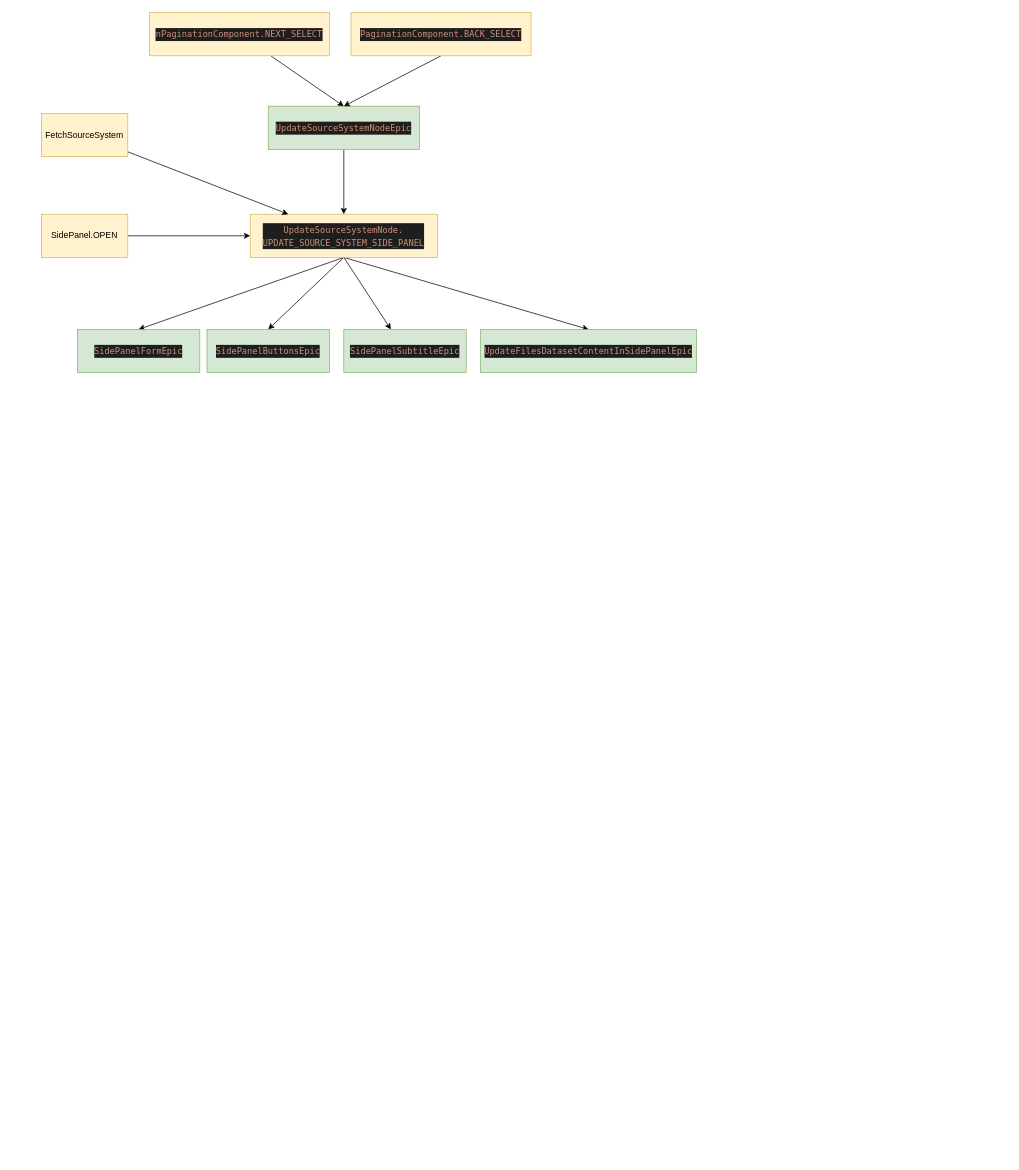
The draw.io diagram Untitled Diagram.drawio in c3-tiffanyhui/coursera, before the edit. Source tidied: cells renumbered, new cells numbered last; positions are measured from the earlier drawing's top-left corner, leaving out a move shared by most shapes. Both pictures are drawn from the tidied source at 72%, with x=0, y=0 at pixel (41, 12).
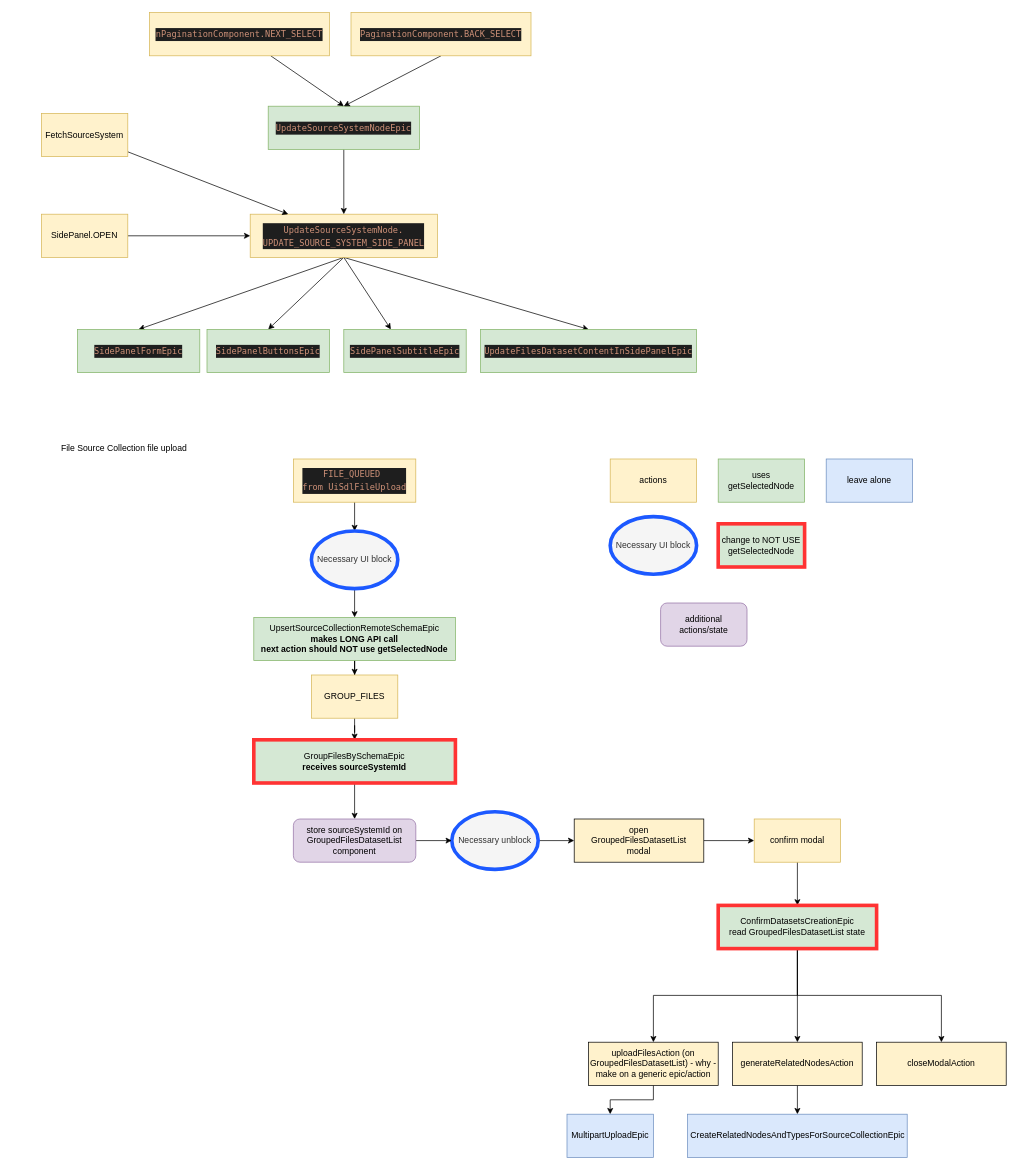
The same page after the edit.

Commit message:
Grouped Files flow

The edit, as a diff of the source:
```diff
@@
+    <mxCell id="22" style="edgeStyle=orthogonalEdgeStyle;rounded=0;jettySize=auto;html=1;" parent="1" edge="1" source="23" target="25">
+      <mxGeometry relative="1" as="geometry" />
+    </mxCell>
+    <mxCell id="23" value="UpsertSourceCollectionRemoteSchemaEpic&lt;br&gt;&lt;b&gt;makes LONG API call&lt;br&gt;next action should NOT use getSelectedNode&lt;br&gt;&lt;/b&gt;" style="rounded=0;whiteSpace=wrap;html=1;fillColor=#d5e8d4;strokeColor=#82b366;" parent="1" vertex="1">
+      <mxGeometry x="295" y="840" width="280" height="60" as="geometry" />
+    </mxCell>
+    <mxCell id="24" style="edgeStyle=orthogonalEdgeStyle;rounded=0;jettySize=auto;html=1;" parent="1" edge="1" source="25" target="28">
+      <mxGeometry relative="1" as="geometry" />
+    </mxCell>
+    <mxCell id="25" value="GROUP_FILES" style="rounded=0;whiteSpace=wrap;html=1;fillColor=#fff2cc;strokeColor=#d6b656;" parent="1" vertex="1">
+      <mxGeometry x="375" y="920" width="120" height="60" as="geometry" />
+    </mxCell>
+    <mxCell id="26" value="File Source Collection file upload" style="text;html=1;strokeColor=none;fillColor=none;align=center;verticalAlign=middle;whiteSpace=wrap;rounded=0;" parent="1" vertex="1">
+      <mxGeometry x="-40" y="590" width="310" height="30" as="geometry" />
+    </mxCell>
+    <mxCell id="27" style="edgeStyle=orthogonalEdgeStyle;rounded=0;jettySize=auto;html=1;" parent="1" edge="1" source="28" target="42">
+      <mxGeometry relative="1" as="geometry" />
+    </mxCell>
+    <mxCell id="28" value="GroupFilesBySchemaEpic&lt;br&gt;&lt;b&gt;receives sourceSystemId&lt;/b&gt;" style="rounded=0;whiteSpace=wrap;html=1;fillColor=#d5e8d4;strokeColor=#FF3333;strokeWidth=5;" parent="1" vertex="1">
+      <mxGeometry x="295" y="1010" width="280" height="60" as="geometry" />
+    </mxCell>
+    <mxCell id="29" value="uses getSelectedNode" style="rounded=0;whiteSpace=wrap;html=1;fillColor=#d5e8d4;strokeColor=#82b366;" parent="1" vertex="1">
+      <mxGeometry x="940" y="620" width="120" height="60" as="geometry" />
+    </mxCell>
+    <mxCell id="30" style="edgeStyle=orthogonalEdgeStyle;rounded=0;jettySize=auto;html=1;" parent="1" edge="1" source="31" target="34">
+      <mxGeometry relative="1" as="geometry" />
+    </mxCell>
+    <mxCell id="31" value="&lt;div style=&quot;color: rgb(212 , 212 , 212) ; background-color: rgb(30 , 30 , 30) ; font-family: &amp;#34;menlo&amp;#34; , &amp;#34;monaco&amp;#34; , &amp;#34;courier new&amp;#34; , monospace ; font-weight: normal ; font-size: 12px ; line-height: 18px&quot;&gt;&lt;div&gt;&lt;span style=&quot;color: #ce9178&quot;&gt;FILE_QUEUED&amp;nbsp;&lt;br&gt;from UiSdlFileUpload&lt;/span&gt;&lt;/div&gt;&lt;/div&gt;" style="rounded=0;whiteSpace=wrap;html=1;fillColor=#fff2cc;strokeColor=#d6b656;" parent="1" vertex="1">
+      <mxGeometry x="350" y="620" width="170" height="60" as="geometry" />
+    </mxCell>
+    <mxCell id="32" value="change to NOT USE getSelectedNode" style="rounded=0;whiteSpace=wrap;html=1;fillColor=#d5e8d4;strokeColor=#FF3333;strokeWidth=5;" parent="1" vertex="1">
+      <mxGeometry x="940" y="710" width="120" height="60" as="geometry" />
+    </mxCell>
+    <mxCell id="33" style="edgeStyle=orthogonalEdgeStyle;rounded=0;jettySize=auto;html=1;" parent="1" edge="1" source="34" target="23">
+      <mxGeometry relative="1" as="geometry" />
+    </mxCell>
+    <mxCell id="34" value="Necessary UI block" style="ellipse;whiteSpace=wrap;html=1;strokeColor=#1C59FF;strokeWidth=5;fillColor=#f5f5f5;fontColor=#333333;" parent="1" vertex="1">
+      <mxGeometry x="375" y="720" width="120" height="80" as="geometry" />
+    </mxCell>
+    <mxCell id="35" style="edgeStyle=orthogonalEdgeStyle;rounded=0;jettySize=auto;html=1;" parent="1" edge="1" source="36" target="44">
+      <mxGeometry relative="1" as="geometry" />
+    </mxCell>
+    <mxCell id="36" value="open&lt;br&gt;GroupedFilesDatasetList&lt;br&gt;modal" style="rounded=0;whiteSpace=wrap;html=1;strokeColor=default;strokeWidth=1;fillColor=#fff2cc;" parent="1" vertex="1">
+      <mxGeometry x="740" y="1120" width="180" height="60" as="geometry" />
+    </mxCell>
+    <mxCell id="37" value="Necessary UI block" style="ellipse;whiteSpace=wrap;html=1;strokeColor=#1C59FF;strokeWidth=5;fillColor=#f5f5f5;fontColor=#333333;" parent="1" vertex="1">
+      <mxGeometry x="790" y="700" width="120" height="80" as="geometry" />
+    </mxCell>
+    <mxCell id="38" style="edgeStyle=orthogonalEdgeStyle;rounded=0;jettySize=auto;html=1;" parent="1" edge="1" source="39" target="36">
+      <mxGeometry relative="1" as="geometry" />
+    </mxCell>
+    <mxCell id="39" value="Necessary unblock" style="ellipse;whiteSpace=wrap;html=1;strokeColor=#1C59FF;strokeWidth=5;fillColor=#f5f5f5;fontColor=#333333;" parent="1" vertex="1">
+      <mxGeometry x="570" y="1110" width="120" height="80" as="geometry" />
+    </mxCell>
+    <mxCell id="40" value="additional actions/state" style="rounded=1;whiteSpace=wrap;html=1;strokeColor=#9673a6;strokeWidth=1;fillColor=#e1d5e7;" parent="1" vertex="1">
+      <mxGeometry x="860" y="820" width="120" height="60" as="geometry" />
+    </mxCell>
+    <mxCell id="41" style="edgeStyle=orthogonalEdgeStyle;rounded=0;jettySize=auto;html=1;" parent="1" edge="1" source="42" target="39">
+      <mxGeometry relative="1" as="geometry" />
+    </mxCell>
+    <mxCell id="42" value="store sourceSystemId on GroupedFilesDatasetList&lt;br&gt;component" style="rounded=1;whiteSpace=wrap;html=1;strokeColor=#9673a6;strokeWidth=1;fillColor=#e1d5e7;" parent="1" vertex="1">
+      <mxGeometry x="350" y="1120" width="170" height="60" as="geometry" />
+    </mxCell>
+    <mxCell id="43" style="edgeStyle=orthogonalEdgeStyle;rounded=0;jettySize=auto;html=1;" parent="1" edge="1" source="44" target="49">
+      <mxGeometry relative="1" as="geometry" />
+    </mxCell>
+    <mxCell id="44" value="confirm modal" style="rounded=0;whiteSpace=wrap;html=1;strokeColor=#d6b656;strokeWidth=1;fillColor=#fff2cc;" parent="1" vertex="1">
+      <mxGeometry x="990" y="1120" width="120" height="60" as="geometry" />
+    </mxCell>
+    <mxCell id="45" value="actions" style="rounded=0;whiteSpace=wrap;html=1;strokeColor=#d6b656;strokeWidth=1;fillColor=#fff2cc;" parent="1" vertex="1">
+      <mxGeometry x="790" y="620" width="120" height="60" as="geometry" />
+    </mxCell>
+    <mxCell id="46" style="edgeStyle=orthogonalEdgeStyle;rounded=0;jettySize=auto;html=1;" parent="1" edge="1" source="49" target="51">
+      <mxGeometry relative="1" as="geometry" />
+    </mxCell>
+    <mxCell id="47" style="edgeStyle=orthogonalEdgeStyle;rounded=0;jettySize=auto;html=1;exitX=0.5;exitY=1;exitDx=0;exitDy=0;" parent="1" edge="1" source="49" target="54">
+      <mxGeometry relative="1" as="geometry" />
+    </mxCell>
+    <mxCell id="48" style="edgeStyle=orthogonalEdgeStyle;rounded=0;jettySize=auto;html=1;exitX=0.5;exitY=1;exitDx=0;exitDy=0;" parent="1" edge="1" source="49" target="56">
+      <mxGeometry relative="1" as="geometry" />
+    </mxCell>
+    <mxCell id="49" value="ConfirmDatasetsCreationEpic&lt;br&gt;read GroupedFilesDatasetList state" style="rounded=0;whiteSpace=wrap;html=1;fillColor=#d5e8d4;strokeColor=#FF3333;strokeWidth=5;" parent="1" vertex="1">
+      <mxGeometry x="940" y="1240" width="220" height="60" as="geometry" />
+    </mxCell>
+    <mxCell id="50" style="edgeStyle=orthogonalEdgeStyle;rounded=0;jettySize=auto;html=1;" parent="1" edge="1" source="51" target="53">
+      <mxGeometry relative="1" as="geometry" />
+    </mxCell>
+    <mxCell id="51" value="uploadFilesAction (on GroupedFilesDatasetList) - why - make on a generic epic/action" style="rounded=0;whiteSpace=wrap;html=1;strokeColor=default;strokeWidth=1;fillColor=#fff2cc;" parent="1" vertex="1">
+      <mxGeometry x="760" y="1430" width="180" height="60" as="geometry" />
+    </mxCell>
+    <mxCell id="52" value="leave alone" style="rounded=0;whiteSpace=wrap;html=1;fillColor=#dae8fc;strokeColor=#6c8ebf;" parent="1" vertex="1">
+      <mxGeometry x="1090" y="620" width="120" height="60" as="geometry" />
+    </mxCell>
+    <mxCell id="53" value="MultipartUploadEpic" style="rounded=0;whiteSpace=wrap;html=1;fillColor=#dae8fc;strokeColor=#6c8ebf;" parent="1" vertex="1">
+      <mxGeometry x="730" y="1530" width="120" height="60" as="geometry" />
+    </mxCell>
+    <mxCell id="54" value="closeModalAction" style="rounded=0;whiteSpace=wrap;html=1;strokeColor=default;strokeWidth=1;fillColor=#fff2cc;" parent="1" vertex="1">
+      <mxGeometry x="1160" y="1430" width="180" height="60" as="geometry" />
+    </mxCell>
+    <mxCell id="55" style="edgeStyle=orthogonalEdgeStyle;rounded=0;jettySize=auto;html=1;" parent="1" edge="1" source="56" target="57">
+      <mxGeometry relative="1" as="geometry" />
+    </mxCell>
+    <mxCell id="56" value="generateRelatedNodesAction" style="rounded=0;whiteSpace=wrap;html=1;strokeColor=default;strokeWidth=1;fillColor=#fff2cc;" parent="1" vertex="1">
+      <mxGeometry x="960" y="1430" width="180" height="60" as="geometry" />
+    </mxCell>
+    <mxCell id="57" value="CreateRelatedNodesAndTypesForSourceCollectionEpic" style="rounded=0;whiteSpace=wrap;html=1;fillColor=#dae8fc;strokeColor=#6c8ebf;" parent="1" vertex="1">
+      <mxGeometry x="897.5" y="1530" width="305" height="60" as="geometry" />
+    </mxCell>
```
